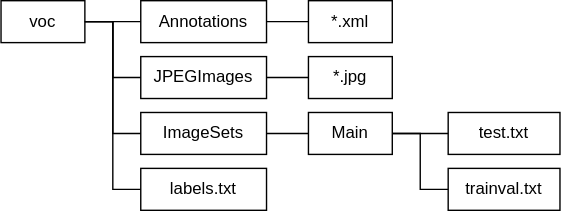
kinoshita-hidetoshi/Programing-Items keeps this draw.io diagram as Python/connect_surveillance_camera/mobilenet-ssd_train/folder_struct.drawio.svg. Above is the earlier version. Source tidied: cells renumbered, new cells last; positions are measured from the earlier drawing's top-left corner, leaving out a move shared by most shapes.
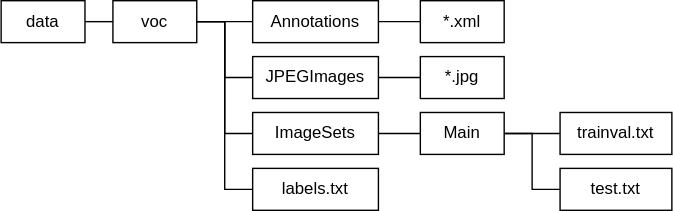
After the commit.

Diff of the diagram source:
```diff
@@ -23,20 +23,20 @@
     <mxCell id="8" value="ImageSets" style="text;html=1;strokeColor=default;fillColor=none;align=center;verticalAlign=middle;whiteSpace=wrap;rounded=0;" parent="1" vertex="1">
       <mxGeometry x="100" y="80" width="90" height="30" as="geometry" />
     </mxCell>
-    <mxCell id="9" style="edgeStyle=none;html=1;exitX=1;exitY=0.5;exitDx=0;exitDy=0;entryX=0;entryY=0.5;entryDx=0;entryDy=0;endArrow=none;endFill=0;" parent="1" edge="1" source="10" target="11">
+    <mxCell id="9" style="edgeStyle=orthogonalEdgeStyle;html=1;exitX=1;exitY=0.5;exitDx=0;exitDy=0;entryX=0;entryY=0.5;entryDx=0;entryDy=0;endArrow=none;endFill=0;rounded=0;" parent="1" edge="1" source="10" target="11">
       <mxGeometry relative="1" as="geometry" />
     </mxCell>
     <mxCell id="10" value="Main" style="text;html=1;strokeColor=default;fillColor=none;align=center;verticalAlign=middle;whiteSpace=wrap;rounded=0;" parent="1" vertex="1">
       <mxGeometry x="220" y="80" width="60" height="30" as="geometry" />
     </mxCell>
     <mxCell id="11" value="test.txt" style="text;html=1;strokeColor=default;fillColor=none;align=center;verticalAlign=middle;whiteSpace=wrap;rounded=0;" parent="1" vertex="1">
-      <mxGeometry x="320" y="80" width="80" height="30" as="geometry" />
+      <mxGeometry x="320" y="120" width="80" height="30" as="geometry" />
     </mxCell>
     <mxCell id="12" style="edgeStyle=elbowEdgeStyle;html=1;exitX=0;exitY=0.5;exitDx=0;exitDy=0;entryX=1;entryY=0.5;entryDx=0;entryDy=0;endArrow=none;endFill=0;rounded=0;" parent="1" edge="1" source="13" target="10">
       <mxGeometry relative="1" as="geometry" />
     </mxCell>
     <mxCell id="13" value="trainval.txt" style="text;html=1;strokeColor=default;fillColor=none;align=center;verticalAlign=middle;whiteSpace=wrap;rounded=0;" parent="1" vertex="1">
-      <mxGeometry x="320" y="120" width="80" height="30" as="geometry" />
+      <mxGeometry x="320" y="80" width="80" height="30" as="geometry" />
     </mxCell>
     <mxCell id="14" style="edgeStyle=elbowEdgeStyle;rounded=0;html=1;exitX=0;exitY=0.5;exitDx=0;exitDy=0;entryX=1;entryY=0.5;entryDx=0;entryDy=0;endArrow=none;endFill=0;" parent="1" edge="1" source="16" target="3">
       <mxGeometry relative="1" as="geometry" />
@@ -59,5 +59,11 @@
     <mxCell id="20" value="labels.txt" style="text;html=1;strokeColor=default;fillColor=none;align=center;verticalAlign=middle;whiteSpace=wrap;rounded=0;" parent="1" vertex="1">
       <mxGeometry x="100" y="120" width="90" height="30" as="geometry" />
     </mxCell>
+    <mxCell id="21" style="edgeStyle=none;html=1;exitX=1;exitY=0.5;exitDx=0;exitDy=0;entryX=0;entryY=0.5;entryDx=0;entryDy=0;endArrow=none;endFill=0;" parent="1" edge="1" source="22" target="3">
+      <mxGeometry relative="1" as="geometry" />
+    </mxCell>
+    <mxCell id="22" value="data" style="text;html=1;strokeColor=default;fillColor=none;align=center;verticalAlign=middle;whiteSpace=wrap;rounded=0;" parent="1" vertex="1">
+      <mxGeometry x="-80" width="60" height="30" as="geometry" />
+    </mxCell>
   </root>
 </mxGraphModel>
```
